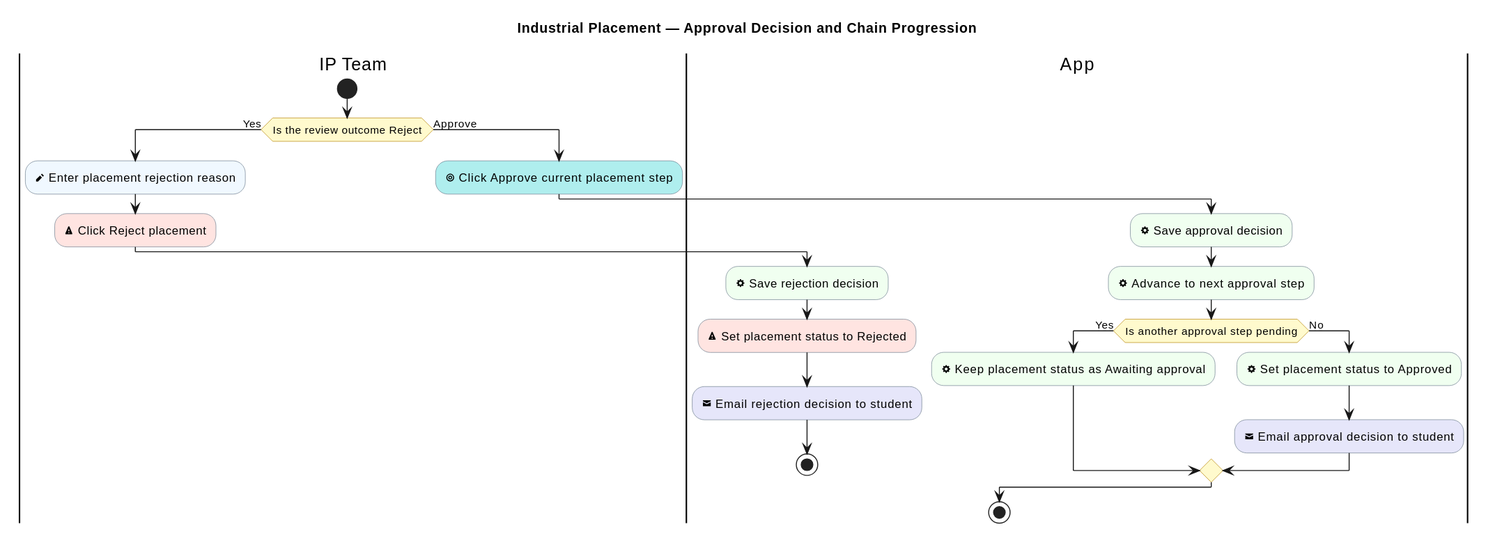
Earlier version of the PlantUML export industrial-placement-group-project/diagrams/industrial-placement/approval-decision-and-chain-progression.svg (sdflkjssl/sdflkjssl.github.io).
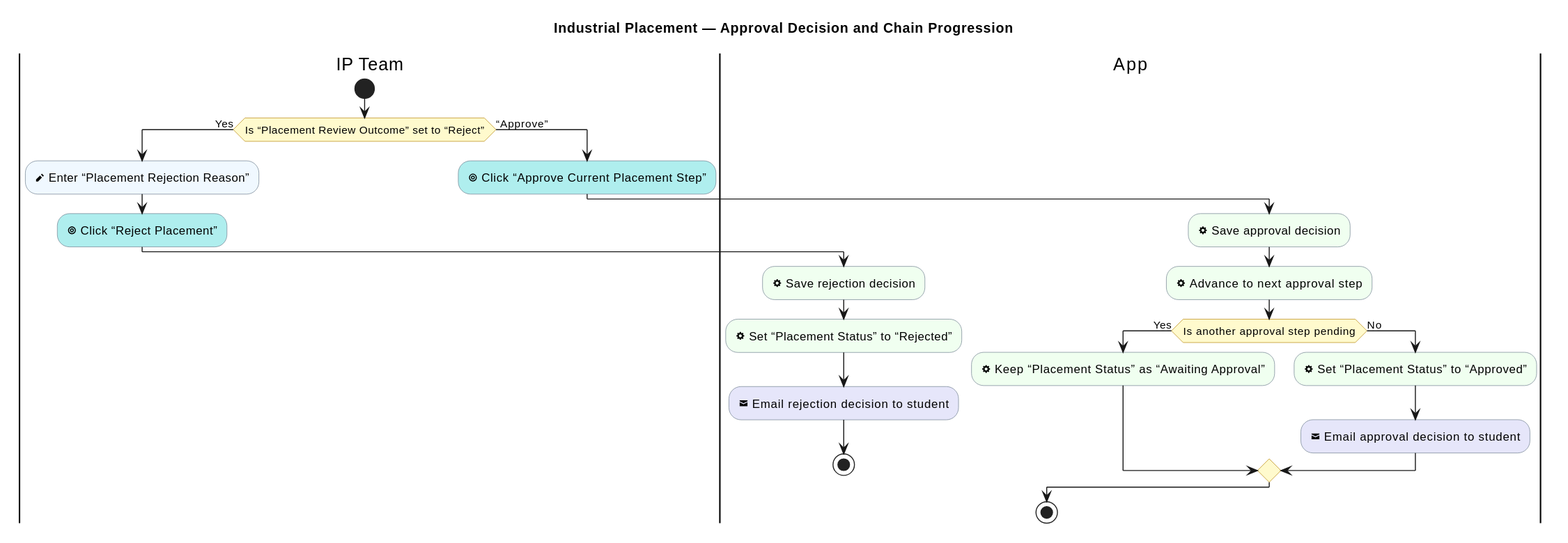
Above is the later version.

Diff of the diagram source:
```diff
@@ -12,24 +12,24 @@
 
 |IP Team|
 start
-if (Is the review outcome Reject) then (Yes)
-  :<&pencil> Enter placement rejection reason; <<#AliceBlue>>
-  :<&warning> Click Reject placement; <<#MistyRose>>
+if (Is “Placement Review Outcome” set to “Reject”) then (Yes)
+  :<&pencil> Enter “Placement Rejection Reason”; <<#AliceBlue>>
+  :<&target> Click “Reject Placement”; <<#PaleTurquoise>>
   |App|
   :<&cog> Save rejection decision; <<#HoneyDew>>
-  :<&warning> Set placement status to Rejected; <<#MistyRose>>
+  :<&cog> Set “Placement Status” to “Rejected”; <<#HoneyDew>>
   :<&envelope-closed> Email rejection decision to student; <<#Lavender>>
   stop
-else (Approve)
+else (“Approve”)
   |IP Team|
-  :<&target> Click Approve current placement step; <<#PaleTurquoise>>
+  :<&target> Click “Approve Current Placement Step”; <<#PaleTurquoise>>
   |App|
   :<&cog> Save approval decision; <<#HoneyDew>>
   :<&cog> Advance to next approval step; <<#HoneyDew>>
   if (Is another approval step pending) then (Yes)
-    :<&cog> Keep placement status as Awaiting approval; <<#HoneyDew>>
+    :<&cog> Keep “Placement Status” as “Awaiting Approval”; <<#HoneyDew>>
   else (No)
-    :<&cog> Set placement status to Approved; <<#HoneyDew>>
+    :<&cog> Set “Placement Status” to “Approved”; <<#HoneyDew>>
     :<&envelope-closed> Email approval decision to student; <<#Lavender>>
   endif
 endif
```
